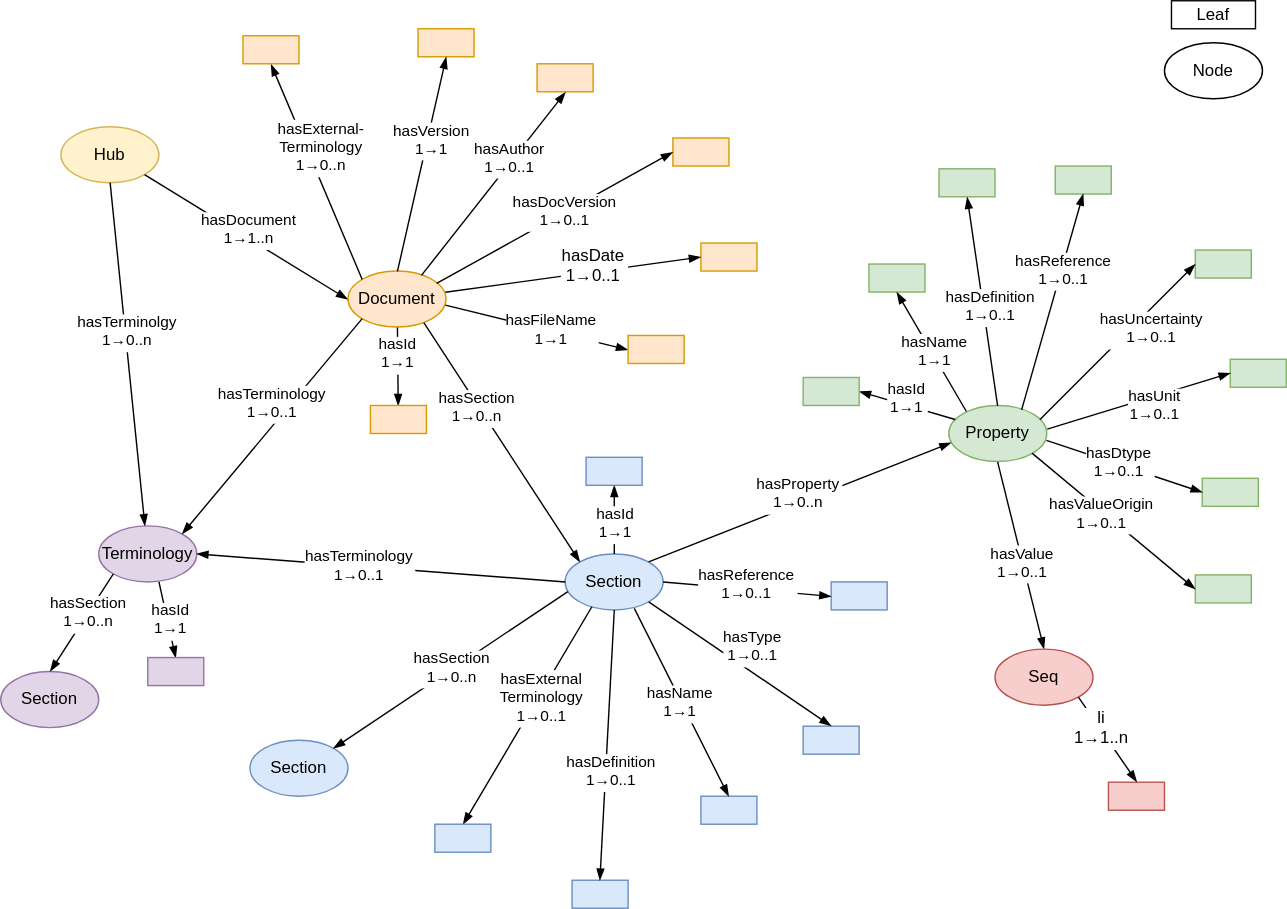
Above: odML/flowcharts/odml_RDF_graph.svg in mpsonntag/prodoc (draw.io), before the change. Source tidied: cells renumbered, new cells last; positions are measured from the earlier drawing's top-left corner, leaving out a move shared by most shapes.
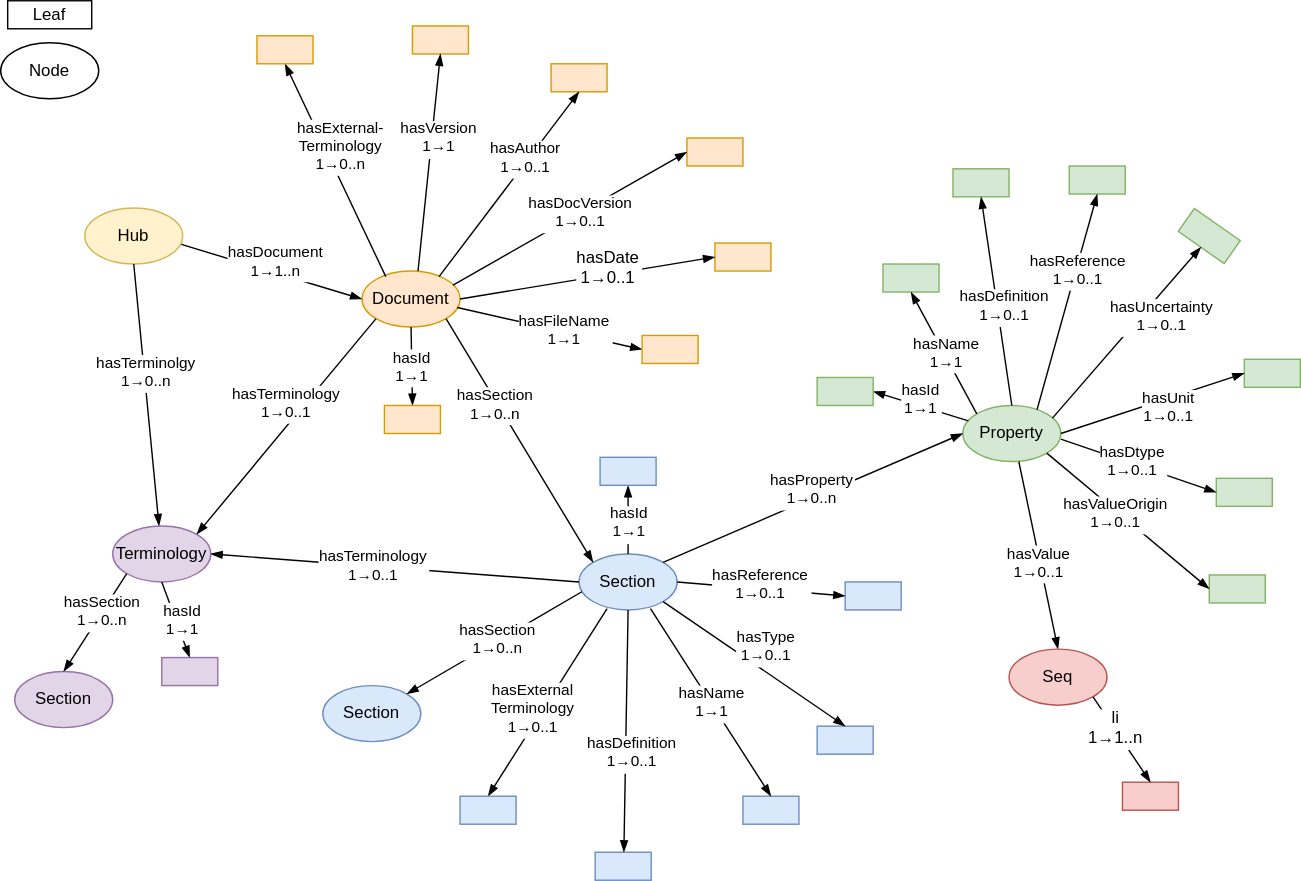
After the change.

Commit message:
[odml/graph] Update RDF graph

The edit, as a diff of the source:
```diff
@@ -5,3 +5,3 @@
     <mxCell id="2" value="Hub" style="ellipse;fillColor=#fff2cc;strokeColor=#d6b656;" parent="1" vertex="1">
-      <mxGeometry x="43" y="90" width="70" height="40" as="geometry" />
+      <mxGeometry x="50" y="148" width="70" height="40" as="geometry" />
     </mxCell>
@@ -17,3 +17,3 @@
     <mxCell id="6" value="Section" style="ellipse;fillColor=#dae8fc;strokeColor=#6c8ebf;" parent="1" vertex="1">
-      <mxGeometry x="178" y="528" width="70" height="40" as="geometry" />
+      <mxGeometry x="220" y="489" width="70" height="40" as="geometry" />
     </mxCell>
@@ -25,4 +25,4 @@
     </mxCell>
-    <mxCell id="9" style="fillColor=#d5e8d4;strokeColor=#82b366;" parent="1" vertex="1">
-      <mxGeometry x="853" y="178" width="40" height="20" as="geometry" />
+    <mxCell id="9" style="fillColor=#d5e8d4;strokeColor=#82b366;rotation=35;" parent="1" vertex="1">
+      <mxGeometry x="833" y="158" width="40" height="20" as="geometry" />
     </mxCell>
@@ -35,3 +35,3 @@
     <mxCell id="12" style="fillColor=#ffe6cc;strokeColor=#d79b00;" parent="1" vertex="1">
-      <mxGeometry x="298" y="20" width="40" height="20" as="geometry" />
+      <mxGeometry x="284" y="18" width="40" height="20" as="geometry" />
     </mxCell>
@@ -47,3 +47,3 @@
     <mxCell id="16" style="fillColor=#dae8fc;strokeColor=#6c8ebf;" parent="1" vertex="1">
-      <mxGeometry x="408" y="628" width="40" height="20" as="geometry" />
+      <mxGeometry x="414.5" y="608" width="40" height="20" as="geometry" />
     </mxCell>
@@ -55,42 +55,42 @@
     </mxCell>
-    <mxCell id="19" value="hasDefinition&#10;1→0..1" style="verticalAlign=bottom;endArrow=blockThin;entryX=0.5;entryY=1;exitX=0.5;exitY=0;endFill=1;" parent="1" edge="1" source="7" target="18">
+    <mxCell id="19" value="hasDefinition&#10;1→0..1" style="verticalAlign=bottom;endArrow=blockThin;entryX=0.5;entryY=1;exitX=0.5;exitY=0;endFill=1;labelBackgroundColor=#FFFFFF;" parent="1" edge="1" source="7" target="18">
       <mxGeometry x="-0.27" y="-3" relative="1" as="geometry" />
     </mxCell>
-    <mxCell id="20" value="hasName&#10;1→1" style="verticalAlign=bottom;endArrow=blockThin;entryX=0.5;entryY=1;exitX=0.181;exitY=0.112;endFill=1;exitPerimeter=0;" parent="1" edge="1" source="7" target="17">
+    <mxCell id="20" value="hasName&#10;1→1" style="verticalAlign=bottom;endArrow=blockThin;entryX=0.5;entryY=1;exitX=0;exitY=0;endFill=1;labelBackgroundColor=#FFFFFF;" parent="1" edge="1" source="7" target="17">
       <mxGeometry x="-0.3" y="6" relative="1" as="geometry" />
     </mxCell>
-    <mxCell id="21" value="Leaf" parent="1" vertex="1">
-      <mxGeometry x="836" width="60" height="20" as="geometry" />
+    <mxCell id="21" value="Leaf" style="fillColor=#ffffff;strokeColor=#000000;" parent="1" vertex="1">
+      <mxGeometry x="-5" width="60" height="20" as="geometry" />
     </mxCell>
-    <mxCell id="22" value="Node" style="ellipse;" parent="1" vertex="1">
-      <mxGeometry x="831" y="30" width="70" height="40" as="geometry" />
+    <mxCell id="22" value="Node" style="ellipse;fillColor=#ffffff;strokeColor=#000000;" parent="1" vertex="1">
+      <mxGeometry x="-10" y="30" width="70" height="40" as="geometry" />
     </mxCell>
-    <mxCell id="23" value="hasValue&#10;1→0..1" style="verticalAlign=bottom;endArrow=blockThin;entryX=0.5;entryY=0;exitX=0.5;exitY=1;endFill=1;" parent="1" edge="1" source="7" target="43">
+    <mxCell id="23" value="hasValue&#10;1→0..1" style="verticalAlign=bottom;endArrow=blockThin;entryX=0.5;entryY=0;exitX=0.572;exitY=0.993;exitPerimeter=0;endFill=1;labelBackgroundColor=#FFFFFF;" parent="1" edge="1" source="7" target="43">
       <mxGeometry x="0.31" y="-4" relative="1" as="geometry" />
     </mxCell>
-    <mxCell id="24" value="hasUnit&#10;1→0..1" style="verticalAlign=bottom;endArrow=blockThin;entryX=0;entryY=0.5;exitX=1;exitY=0.42;endFill=1;exitPerimeter=0;" parent="1" edge="1" source="7" target="8">
+    <mxCell id="24" value="hasUnit&#10;1→0..1" style="verticalAlign=bottom;endArrow=blockThin;entryX=0;entryY=0.5;exitX=1;exitY=0.5;endFill=1;labelBackgroundColor=#FFFFFF;" parent="1" edge="1" source="7" target="8">
       <mxGeometry x="0.08" y="-22" relative="1" as="geometry" />
     </mxCell>
-    <mxCell id="25" value="hasUncertainty&#10;1→0..1" style="verticalAlign=bottom;endArrow=blockThin;exitX=0.934;exitY=0.256;entryX=0;entryY=0.5;fillColor=#ffffff;strokeColor=#000000;endFill=1;exitPerimeter=0;" parent="1" edge="1" source="7" target="9">
+    <mxCell id="25" value="hasUncertainty&#10;1→0..1" style="verticalAlign=bottom;endArrow=blockThin;exitX=0.913;exitY=0.215;entryX=0.5;entryY=1;fillColor=#ffffff;strokeColor=#000000;exitPerimeter=0;endFill=1;labelBackgroundColor=#FFFFFF;" parent="1" edge="1" source="7" target="9">
       <mxGeometry x="0.16" y="-22" relative="1" as="geometry" />
     </mxCell>
-    <mxCell id="26" value="hasDtype&#10;1→0..1" style="verticalAlign=bottom;endArrow=blockThin;exitX=0.993;exitY=0.622;entryX=0;entryY=0.5;endFill=1;exitPerimeter=0;" parent="1" edge="1" source="7" target="10">
+    <mxCell id="26" value="hasDtype&#10;1→0..1" style="verticalAlign=bottom;endArrow=blockThin;exitX=0.999;exitY=0.598;entryX=0;entryY=0.5;exitPerimeter=0;endFill=1;labelBackgroundColor=#FFFFFF;" parent="1" edge="1" source="7" target="10">
       <mxGeometry x="0.01" y="-14" relative="1" as="geometry" />
     </mxCell>
-    <mxCell id="27" value="hasProperty&#10;1→0..n" style="verticalAlign=bottom;endArrow=blockThin;exitX=1;exitY=0;entryX=0.025;entryY=0.669;endFill=1;entryPerimeter=0;" parent="1" edge="1" source="4" target="7">
+    <mxCell id="27" value="hasProperty&#10;1→0..n" style="verticalAlign=bottom;endArrow=blockThin;exitX=1;exitY=0;entryX=0;entryY=0.5;endFill=1;labelBackgroundColor=#FFFFFF;" parent="1" edge="1" source="4" target="7">
       <mxGeometry x="-0.04" y="-9" relative="1" as="geometry" />
     </mxCell>
-    <mxCell id="28" value="hasSection&#10;1→0..n" style="verticalAlign=bottom;endArrow=blockThin;exitX=0.029;exitY=0.675;entryX=1;entryY=0;exitPerimeter=0;endFill=1;" parent="1" edge="1" source="4" target="6">
+    <mxCell id="28" value="hasSection&#10;1→0..n" style="verticalAlign=bottom;endArrow=blockThin;exitX=0.029;exitY=0.675;entryX=1;entryY=0;exitPerimeter=0;endFill=1;labelBackgroundColor=#FFFFFF;" parent="1" edge="1" source="4" target="6">
       <mxGeometry x="0.07" y="13" relative="1" as="geometry" />
     </mxCell>
-    <mxCell id="29" value="hasSection&#10;1→0..n" style="verticalAlign=bottom;endArrow=blockThin;exitX=0.771;exitY=0.923;entryX=0;entryY=0;endFill=1;exitPerimeter=0;" parent="1" edge="1" source="3" target="4">
+    <mxCell id="29" value="hasSection&#10;1→0..n" style="verticalAlign=bottom;endArrow=blockThin;exitX=1;exitY=1;entryX=0;entryY=0;endFill=1;labelBackgroundColor=#FFFFFF;" parent="1" edge="1" source="3" target="4">
       <mxGeometry x="-0.17" y="-10" relative="1" as="geometry" />
     </mxCell>
-    <mxCell id="30" value="hasDocument&#10;1→1..n" style="verticalAlign=bottom;endArrow=blockThin;exitX=1;exitY=1;entryX=0;entryY=0.5;endFill=1;" parent="1" edge="1" source="2" target="3">
+    <mxCell id="30" value="hasDocument&#10;1→1..n" style="verticalAlign=bottom;endArrow=blockThin;exitX=0.992;exitY=0.652;entryX=0;entryY=0.5;exitPerimeter=0;endFill=1;labelBackgroundColor=#FFFFFF;" parent="1" edge="1" source="2" target="3">
       <mxGeometry x="0.09" y="-8" relative="1" as="geometry" />
     </mxCell>
-    <mxCell id="31" value="hasTerminolgy&#10;1→0..n" style="verticalAlign=bottom;endArrow=blockThin;exitX=0.5;exitY=1;endFill=1;" parent="1" edge="1" source="2" target="5">
+    <mxCell id="31" value="hasTerminolgy&#10;1→0..n" style="verticalAlign=bottom;endArrow=blockThin;exitX=0.5;exitY=1;endFill=1;labelBackgroundColor=#FFFFFF;" parent="1" edge="1" source="2" target="5">
       <mxGeometry relative="1" as="geometry" />
     </mxCell>
-    <mxCell id="32" value="hasVersion&#10;1→1" style="verticalAlign=bottom;endArrow=blockThin;entryX=0.5;entryY=1;exitX=0.5;exitY=0;endFill=1;" parent="1" edge="1" source="3" target="12">
+    <mxCell id="32" value="hasVersion&#10;1→1" style="verticalAlign=bottom;endArrow=blockThin;entryX=0.5;entryY=1;exitX=0.572;exitY=0;exitPerimeter=0;endFill=1;labelBackgroundColor=#FFFFFF;" parent="1" edge="1" source="3" target="12">
       <mxGeometry x="0.02" y="-7" relative="1" as="geometry">
@@ -99,21 +99,21 @@
     </mxCell>
-    <mxCell id="33" value="hasAuthor&#10;1→0..1" style="verticalAlign=bottom;endArrow=blockThin;entryX=0.5;entryY=1;exitX=0.753;exitY=0.084;endFill=1;exitPerimeter=0;" parent="1" edge="1" source="3" target="15">
+    <mxCell id="33" value="hasAuthor&#10;1→0..1" style="verticalAlign=bottom;endArrow=blockThin;entryX=0.5;entryY=1;exitX=0.783;exitY=0.097;exitPerimeter=0;endFill=1;labelBackgroundColor=#FFFFFF;" parent="1" edge="1" source="3" target="15">
       <mxGeometry x="0.11" y="-8" relative="1" as="geometry" />
     </mxCell>
-    <mxCell id="34" value="hasDocVersion&#10;1→0..1" style="verticalAlign=bottom;endArrow=blockThin;entryX=0;entryY=0.5;exitX=0.907;exitY=0.216;endFill=1;exitPerimeter=0;" parent="1" edge="1" source="3" target="14">
+    <mxCell id="34" value="hasDocVersion&#10;1→0..1" style="verticalAlign=bottom;endArrow=blockThin;entryX=0;entryY=0.5;exitX=0.931;exitY=0.251;exitPerimeter=0;endFill=1;labelBackgroundColor=#FFFFFF;" parent="1" edge="1" source="3" target="14">
       <mxGeometry x="0.01" y="-14" relative="1" as="geometry" />
     </mxCell>
-    <mxCell id="35" value="hasTerminology&#10;1→0..1" style="verticalAlign=bottom;endArrow=blockThin;entryX=1;entryY=0;exitX=0;exitY=1;endFill=1;" parent="1" edge="1" source="3" target="5">
+    <mxCell id="35" value="hasTerminology&#10;1→0..1" style="verticalAlign=bottom;endArrow=blockThin;entryX=1;entryY=0;exitX=0;exitY=1;endFill=1;labelBackgroundColor=#FFFFFF;" parent="1" edge="1" source="3" target="5">
       <mxGeometry relative="1" as="geometry" />
     </mxCell>
-    <mxCell id="36" value="hasDefinition&#10;1→0..1" style="verticalAlign=bottom;endArrow=blockThin;entryX=0.5;entryY=0;exitX=0.5;exitY=1;endFill=1;" parent="1" edge="1" source="4" target="16">
+    <mxCell id="36" value="hasDefinition&#10;1→0..1" style="verticalAlign=bottom;endArrow=blockThin;entryX=0.5;entryY=0;exitX=0.5;exitY=1;endFill=1;labelBackgroundColor=#FFFFFF;" parent="1" edge="1" source="4" target="16">
       <mxGeometry x="0.36" y="5" relative="1" as="geometry" />
     </mxCell>
-    <mxCell id="37" value="hasType&#10;1→0..1" style="verticalAlign=bottom;endArrow=blockThin;exitX=1;exitY=1;entryX=0.5;entryY=0;endFill=1;" parent="1" edge="1" source="4" target="11">
+    <mxCell id="37" value="hasType&#10;1→0..1" style="verticalAlign=bottom;endArrow=blockThin;exitX=1;exitY=1;entryX=0.5;entryY=0;endFill=1;labelBackgroundColor=#FFFFFF;" parent="1" edge="1" source="4" target="11">
       <mxGeometry x="0.12" y="2" relative="1" as="geometry" />
     </mxCell>
-    <mxCell id="38" value="hasReference&#10;1→0..1" style="verticalAlign=bottom;endArrow=blockThin;exitX=1;exitY=0.5;entryX=0;entryY=0.5;endFill=1;" parent="1" edge="1" source="4" target="13">
+    <mxCell id="38" value="hasReference&#10;1→0..1" style="verticalAlign=bottom;endArrow=blockThin;exitX=1;exitY=0.5;entryX=0;entryY=0.5;endFill=1;labelBackgroundColor=#FFFFFF;" parent="1" edge="1" source="4" target="13">
       <mxGeometry x="0.02" y="-13" relative="1" as="geometry" />
     </mxCell>
-    <mxCell id="39" value="hasTerminology&#10;1→0..1" style="verticalAlign=bottom;endArrow=blockThin;entryX=1;entryY=0.5;exitX=0;exitY=0.5;endFill=1;" parent="1" edge="1" source="4" target="5">
+    <mxCell id="39" value="hasTerminology&#10;1→0..1" style="verticalAlign=bottom;endArrow=blockThin;entryX=1;entryY=0.5;exitX=0;exitY=0.5;endFill=1;labelBackgroundColor=#FFFFFF;" parent="1" edge="1" source="4" target="5">
       <mxGeometry x="0.11" y="16" relative="1" as="geometry" />
@@ -123,6 +123,6 @@
     </mxCell>
-    <mxCell id="41" style="endArrow=blockThin;exitX=0.992;exitY=0.38;entryX=0;entryY=0.5;endFill=1;exitPerimeter=0;" parent="1" edge="1" source="3" target="40">
+    <mxCell id="41" style="endArrow=blockThin;exitX=1;exitY=0.5;entryX=0;entryY=0.5;endFill=1;labelBackgroundColor=#FFFFFF;" parent="1" edge="1" source="3" target="40">
       <mxGeometry relative="1" as="geometry" />
     </mxCell>
-    <mxCell id="42" value="hasDate&#10;1→0..1" style="text;align=center;verticalAlign=middle;labelBackgroundColor=#ffffff;" parent="41" vertex="1">
+    <mxCell id="42" value="hasDate&#10;1→0..1" style="text;align=center;verticalAlign=middle;labelBackgroundColor=#FFFFFF;" parent="41" vertex="1">
       <mxGeometry x="0.44" y="-1" relative="1" as="geometry">
@@ -137,6 +137,6 @@
     </mxCell>
-    <mxCell id="45" style="endArrow=blockThin;exitX=1;exitY=1;entryX=0.5;entryY=0;endFill=1;" parent="1" edge="1" source="43" target="44">
+    <mxCell id="45" style="endArrow=blockThin;exitX=1;exitY=1;entryX=0.5;entryY=0;endFill=1;labelBackgroundColor=#FFFFFF;" parent="1" edge="1" source="43" target="44">
       <mxGeometry relative="1" as="geometry" />
     </mxCell>
-    <mxCell id="46" value="li&#10;1→1..n" style="text;align=center;verticalAlign=middle;labelBackgroundColor=#ffffff;" parent="45" vertex="1">
+    <mxCell id="46" value="li&#10;1→1..n" style="text;align=center;verticalAlign=middle;labelBackgroundColor=#FFFFFF;" parent="45" vertex="1">
       <mxGeometry x="0.34" y="3" relative="1" as="geometry">
@@ -146,5 +146,5 @@
     <mxCell id="47" style="fillColor=#dae8fc;strokeColor=#6c8ebf;" parent="1" vertex="1">
-      <mxGeometry x="500" y="568" width="40" height="20" as="geometry" />
+      <mxGeometry x="520" y="568" width="40" height="20" as="geometry" />
     </mxCell>
-    <mxCell id="48" value="hasName&#10;1→1" style="verticalAlign=bottom;endArrow=blockThin;exitX=0.708;exitY=0.966;entryX=0.5;entryY=0;endFill=1;exitPerimeter=0;" parent="1" edge="1" source="4" target="47">
+    <mxCell id="48" value="hasName&#10;1→1" style="verticalAlign=bottom;endArrow=blockThin;exitX=0.733;exitY=0.971;entryX=0.5;entryY=0;endFill=1;labelBackgroundColor=#FFFFFF;exitPerimeter=0;" parent="1" edge="1" source="4" target="47">
       <mxGeometry x="0.19" y="-8" relative="1" as="geometry" />
@@ -154,6 +154,6 @@
     </mxCell>
-    <mxCell id="50" value="hasSection&#10;1→0..n" style="verticalAlign=bottom;endArrow=blockThin;exitX=0;exitY=1;entryX=0.5;entryY=0;endFill=1;" parent="1" edge="1" source="5" target="49">
+    <mxCell id="50" value="hasSection&#10;1→0..n" style="verticalAlign=bottom;endArrow=blockThin;exitX=0;exitY=1;entryX=0.5;entryY=0;endFill=1;labelBackgroundColor=#FFFFFF;" parent="1" edge="1" source="5" target="49">
       <mxGeometry x="0.11" y="9" relative="1" as="geometry" />
     </mxCell>
-    <mxCell id="51" value="hasExternal-&#10;Terminology&#10;1→0..n" style="verticalAlign=bottom;endArrow=blockThin;exitX=0;exitY=0;entryX=0.5;entryY=1;endFill=1;" parent="1" edge="1" source="3" target="52">
+    <mxCell id="51" value="hasExternal-&#10;Terminology&#10;1→0..n" style="verticalAlign=bottom;endArrow=blockThin;exitX=0.239;exitY=0.089;entryX=0.5;entryY=1;exitPerimeter=0;endFill=1;labelBackgroundColor=#ffffff;fillColor=#ffffff;strokeColor=#000000;" parent="1" edge="1" source="3" target="52">
       <mxGeometry x="-0.08" y="-1" relative="1" as="geometry" />
@@ -163,9 +163,9 @@
     </mxCell>
-    <mxCell id="53" value="hasExternal&#10;Terminology&#10;1→0..1" style="verticalAlign=bottom;endArrow=blockThin;exitX=0.271;exitY=0.94;entryX=0.5;entryY=0;endFill=1;exitPerimeter=0;" parent="1" edge="1" source="4" target="54">
-      <mxGeometry x="0.04" y="14" relative="1" as="geometry" />
+    <mxCell id="53" value="hasExternal&#10;Terminology&#10;1→0..1" style="verticalAlign=bottom;endArrow=blockThin;exitX=0.289;exitY=0.985;entryX=0.5;entryY=0;endFill=1;labelBackgroundColor=#FFFFFF;exitPerimeter=0;" parent="1" edge="1" source="4" target="54">
+      <mxGeometry x="0.36" y="6" relative="1" as="geometry" />
     </mxCell>
     <mxCell id="54" style="fillColor=#dae8fc;strokeColor=#6c8ebf;" parent="1" vertex="1">
-      <mxGeometry x="310" y="588" width="40" height="20" as="geometry" />
+      <mxGeometry x="318" y="568" width="40" height="20" as="geometry" />
     </mxCell>
-    <mxCell id="55" value="hasFileName&#10;1→1" style="verticalAlign=bottom;endArrow=blockThin;exitX=0.994;exitY=0.603;entryX=0;entryY=0.5;endFill=1;exitPerimeter=0;" parent="1" edge="1" source="3" target="56">
+    <mxCell id="55" value="hasFileName&#10;1→1" style="verticalAlign=bottom;endArrow=blockThin;exitX=0.978;exitY=0.661;entryX=0;entryY=0.5;exitPerimeter=0;endFill=1;labelBackgroundColor=#FFFFFF;" parent="1" edge="1" source="3" target="56">
       <mxGeometry x="0.21" y="-15" relative="1" as="geometry" />
@@ -178,3 +178,3 @@
     </mxCell>
-    <mxCell id="58" value="hasReference&#10;1→0..1" style="verticalAlign=bottom;endArrow=blockThin;entryX=0.5;entryY=1;exitX=0.743;exitY=0.075;endFill=1;exitPerimeter=0;" parent="1" edge="1" source="7" target="57">
+    <mxCell id="58" value="hasReference&#10;1→0..1" style="verticalAlign=bottom;endArrow=blockThin;entryX=0.5;entryY=1;exitX=0.76;exitY=0.08;exitPerimeter=0;endFill=1;labelBackgroundColor=#FFFFFF;" parent="1" edge="1" source="7" target="57">
       <mxGeometry x="0.11" y="-6" relative="1" as="geometry" />
@@ -184,7 +184,10 @@
     </mxCell>
-    <mxCell id="60" value="hasValueOrigin&#10;1→0..1" style="verticalAlign=bottom;endArrow=blockThin;exitX=1;exitY=1;entryX=0;entryY=0.5;endFill=1;" parent="1" edge="1" source="7" target="59">
+    <mxCell id="60" value="hasValueOrigin&#10;1→0..1" style="verticalAlign=bottom;endArrow=blockThin;exitX=1;exitY=1;entryX=0;entryY=0.5;endFill=1;labelBackgroundColor=#FFFFFF;" parent="1" edge="1" source="7" target="59">
       <mxGeometry x="0.01" y="-14" relative="1" as="geometry" />
     </mxCell>
-    <mxCell id="61" value="hasId&#10;1→1" style="verticalAlign=bottom;endArrow=blockThin;exitX=0.5;exitY=1;entryX=0.5;entryY=0;endFill=1;" parent="1" edge="1" source="3" target="62">
-      <mxGeometry x="0.25" relative="1" as="geometry" />
+    <mxCell id="61" value="hasId&#10;1→1" style="verticalAlign=bottom;endArrow=blockThin;exitX=0.5;exitY=1;entryX=0.5;entryY=0;endFill=1;labelBackgroundColor=#FFFFFF;" parent="1" edge="1">
+      <mxGeometry x="0.61" relative="1" as="geometry">
+        <mxPoint x="283" y="233" as="sourcePoint" />
+        <mxPoint x="284" y="289" as="targetPoint" />
+      </mxGeometry>
     </mxCell>
@@ -193,3 +196,3 @@
     </mxCell>
-    <mxCell id="63" value="hasId&#10;1→1" style="verticalAlign=bottom;endArrow=blockThin;exitX=0.5;exitY=0;entryX=0.5;entryY=1;endFill=1;" parent="1" edge="1" source="4" target="64">
+    <mxCell id="63" value="hasId&#10;1→1" style="verticalAlign=bottom;endArrow=blockThin;exitX=0.5;exitY=0;entryX=0.5;entryY=1;endFill=1;labelBackgroundColor=#FFFFFF;" parent="1" edge="1" source="4" target="64">
       <mxGeometry x="-0.77" y="-1" relative="1" as="geometry" />
@@ -199,3 +202,3 @@
     </mxCell>
-    <mxCell id="65" value="hasId&#10;1→1" style="verticalAlign=bottom;endArrow=blockThin;exitX=0.065;exitY=0.256;entryX=1;entryY=0.5;endFill=1;exitPerimeter=0;" parent="1" edge="1" source="7" target="66">
+    <mxCell id="65" value="hasId&#10;1→1" style="verticalAlign=bottom;endArrow=blockThin;exitX=0.052;exitY=0.286;entryX=1;entryY=0.5;exitPerimeter=0;endFill=1;labelBackgroundColor=#FFFFFF;" parent="1" edge="1" source="7" target="66">
       <mxGeometry x="-0.06" y="11" relative="1" as="geometry">
@@ -207,3 +210,3 @@
     </mxCell>
-    <mxCell id="67" value="hasId&#10;1→1" style="verticalAlign=bottom;endArrow=blockThin;exitX=0.618;exitY=1.003;entryX=0.5;entryY=0;endFill=1;exitPerimeter=0;" parent="1" edge="1" source="5" target="68">
+    <mxCell id="67" value="hasId&#10;1→1" style="verticalAlign=bottom;endArrow=blockThin;exitX=0.5;exitY=1;entryX=0.5;entryY=0;endFill=1;labelBackgroundColor=#FFFFFF;" parent="1" edge="1" source="5" target="68">
       <mxGeometry x="0.58" y="-1" relative="1" as="geometry" />
```
